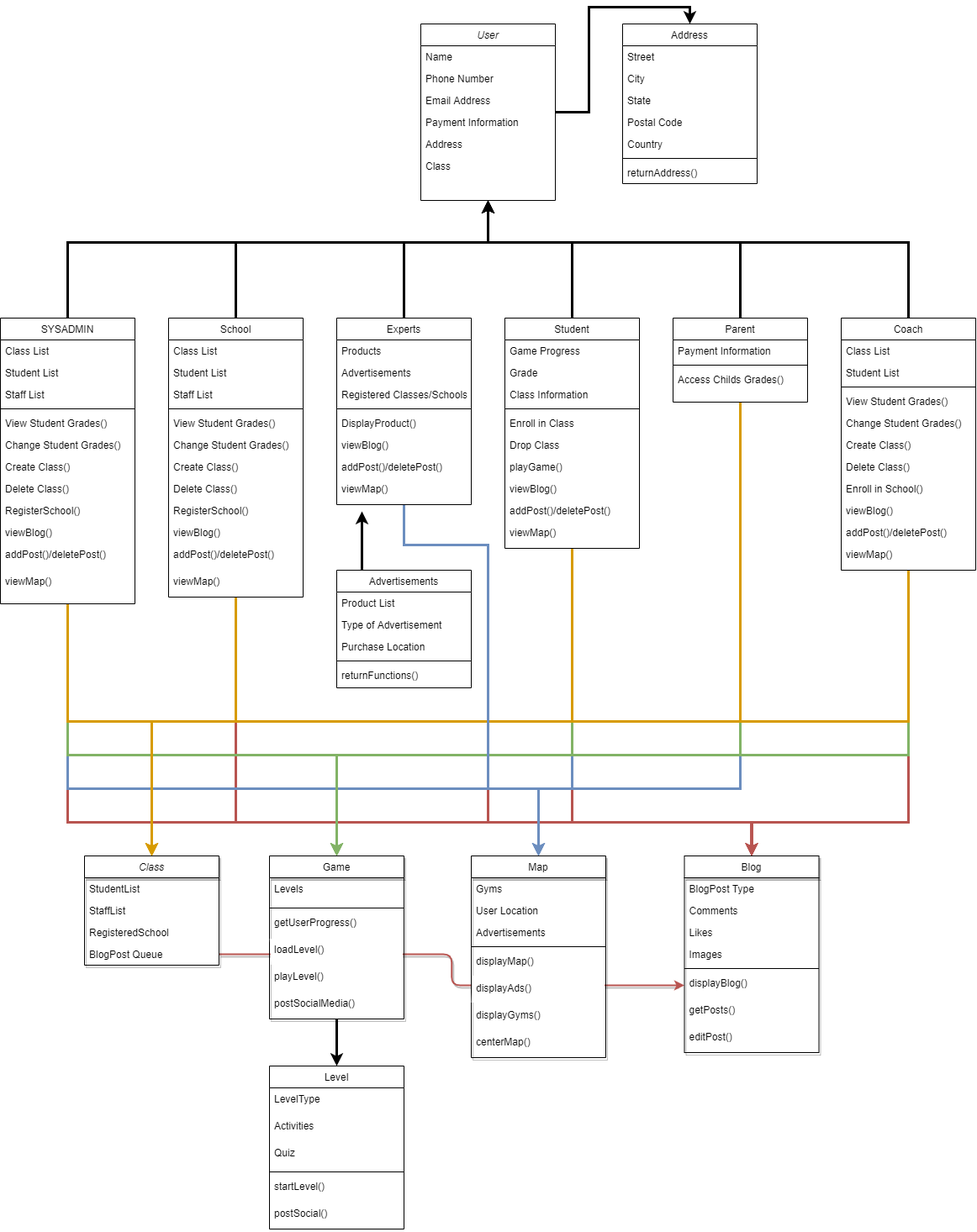
Hanandrof/Group-3-Repository keeps this draw.io diagram as Deliverables/Week_4/Class Diagram.png. Above is the earlier version. Source tidied: cells renumbered, new cells last; positions are measured from the earlier drawing's top-left corner, leaving out a move shared by most shapes.
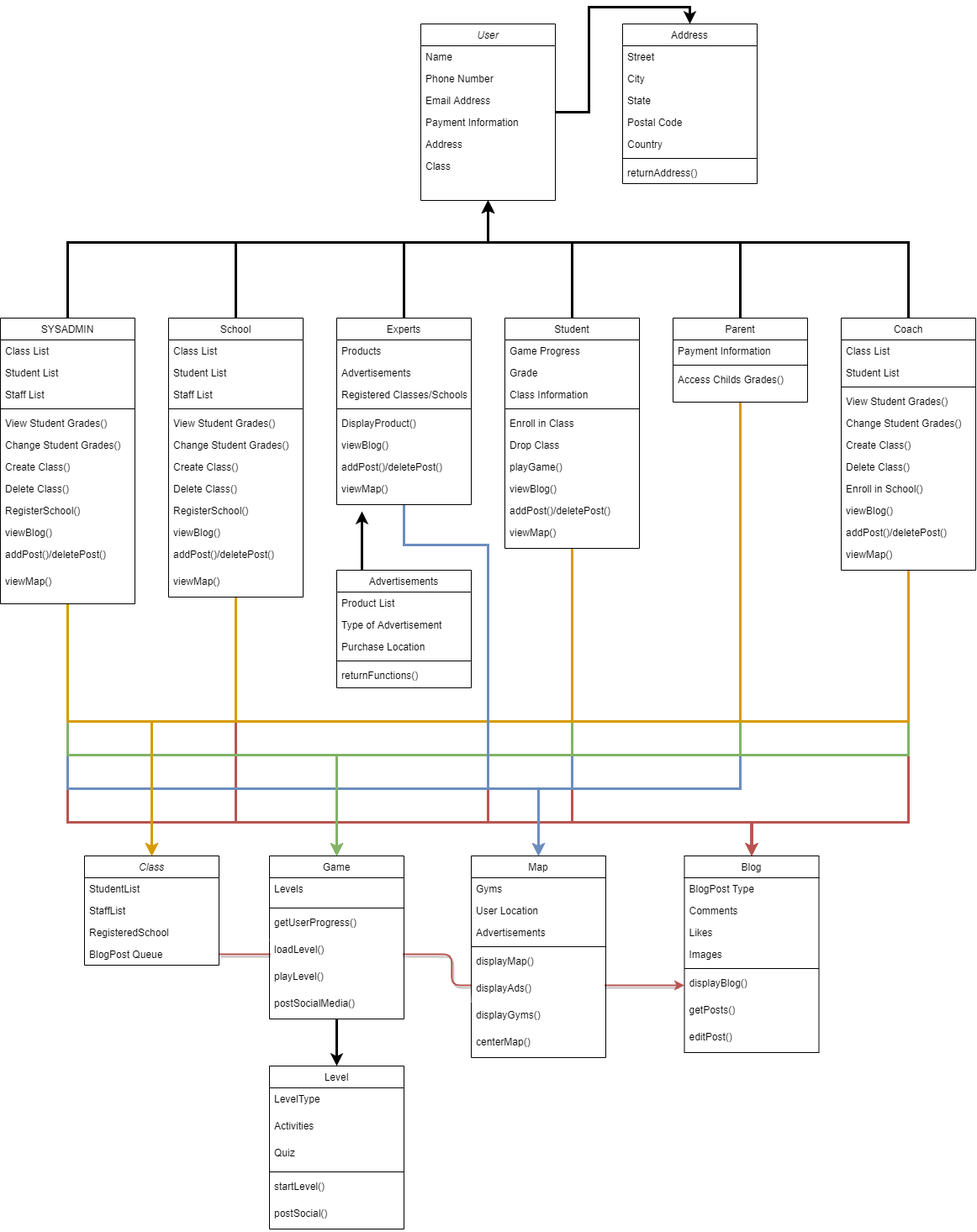
The same diagram one commit later.

What changed in the source:
```diff
@@ -461,7 +461,7 @@
     <mxCell id="111" value="viewMap()" style="text;align=left;verticalAlign=top;spacingLeft=4;spacingRight=4;overflow=hidden;rounded=0;shadow=0;html=0;" parent="99" vertex="1">
       <mxGeometry y="300" width="160" height="32" as="geometry" />
     </mxCell>
-    <mxCell id="112" value="Blog" style="swimlane;fontStyle=0;align=center;verticalAlign=top;horizontal=1;startSize=26;rounded=0;shadow=1;strokeWidth=1;" parent="1" vertex="1">
+    <mxCell id="112" value="Blog" style="swimlane;fontStyle=0;align=center;verticalAlign=top;horizontal=1;startSize=26;rounded=0;shadow=0;strokeWidth=1;" parent="1" vertex="1">
       <mxGeometry x="813.5" y="990" width="160" height="234" as="geometry" />
     </mxCell>
     <mxCell id="113" value="BlogPost Type" style="text;align=left;verticalAlign=top;spacingLeft=4;spacingRight=4;overflow=hidden;" parent="112" vertex="1">
@@ -488,7 +488,7 @@
     <mxCell id="120" value="editPost()" style="text;align=left;verticalAlign=top;spacingLeft=4;spacingRight=4;overflow=hidden;rounded=0;shadow=0;html=0;" parent="112" vertex="1">
       <mxGeometry y="202" width="160" height="32" as="geometry" />
     </mxCell>
-    <mxCell id="121" value="Map" style="swimlane;fontStyle=0;align=center;verticalAlign=top;horizontal=1;startSize=26;rounded=0;shadow=1;strokeWidth=1;" parent="1" vertex="1">
+    <mxCell id="121" value="Map" style="swimlane;fontStyle=0;align=center;verticalAlign=top;horizontal=1;startSize=26;rounded=0;shadow=0;strokeWidth=1;" parent="1" vertex="1">
       <mxGeometry x="560" y="990" width="160" height="240" as="geometry" />
     </mxCell>
     <mxCell id="122" value="Gyms" style="text;align=left;verticalAlign=top;spacingLeft=4;spacingRight=4;overflow=hidden;" parent="121" vertex="1">
@@ -518,7 +518,7 @@
     <mxCell id="130" style="edgeStyle=orthogonalEdgeStyle;rounded=0;jettySize=auto;html=1;entryX=0.5;entryY=0;entryDx=0;entryDy=0;strokeWidth=3;" parent="1" edge="1" source="131" target="138">
       <mxGeometry relative="1" as="geometry" />
     </mxCell>
-    <mxCell id="131" value="Game" style="swimlane;fontStyle=0;align=center;verticalAlign=top;horizontal=1;startSize=26;rounded=0;shadow=1;strokeWidth=1;" parent="1" vertex="1">
+    <mxCell id="131" value="Game" style="swimlane;fontStyle=0;align=center;verticalAlign=top;horizontal=1;startSize=26;rounded=0;shadow=0;strokeWidth=1;" parent="1" vertex="1">
       <mxGeometry x="320" y="990" width="160" height="194" as="geometry" />
     </mxCell>
     <mxCell id="132" value="Levels" style="text;align=left;verticalAlign=top;spacingLeft=4;spacingRight=4;overflow=hidden;rounded=0;shadow=0;html=0;" parent="131" vertex="1">
@@ -560,7 +560,7 @@
     <mxCell id="144" value="postSocial()" style="text;align=left;verticalAlign=top;spacingLeft=4;spacingRight=4;overflow=hidden;rounded=0;shadow=0;html=0;" parent="138" vertex="1">
       <mxGeometry y="162" width="160" height="32" as="geometry" />
     </mxCell>
-    <mxCell id="145" value="Class" style="swimlane;fontStyle=2;align=center;verticalAlign=top;horizontal=1;startSize=26;rounded=0;shadow=1;strokeWidth=1;glass=0;sketch=0;" parent="1" vertex="1">
+    <mxCell id="145" value="Class" style="swimlane;fontStyle=2;align=center;verticalAlign=top;horizontal=1;startSize=26;rounded=0;shadow=0;strokeWidth=1;glass=0;sketch=0;" parent="1" vertex="1">
       <mxGeometry x="100" y="990" width="160" height="130" as="geometry" />
     </mxCell>
     <mxCell id="146" value="StudentList" style="text;align=left;verticalAlign=top;spacingLeft=4;spacingRight=4;overflow=hidden;" parent="145" vertex="1">
```
